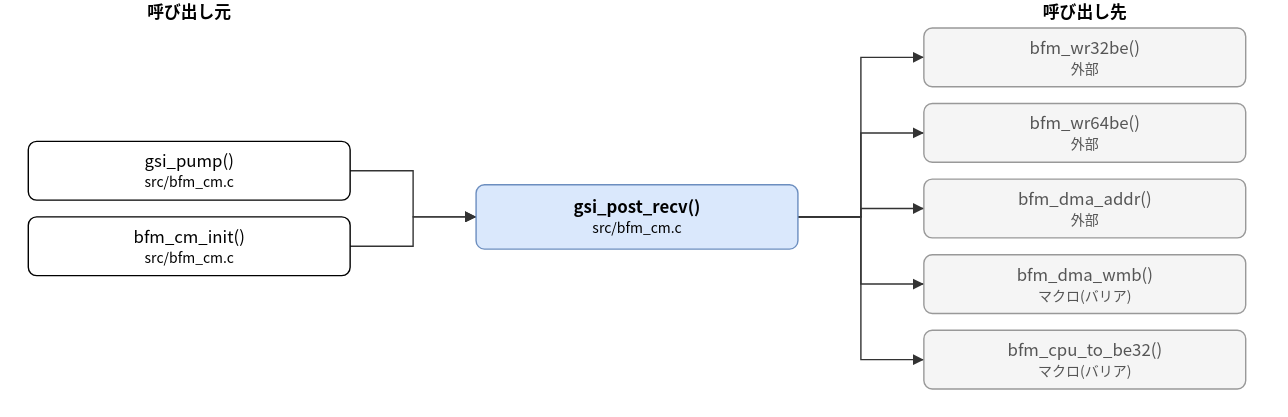
Earlier version of the draw.io export doc/spec/images/call_src_bfm_cm-gsi_post_recv.drawio.svg (hf355051012-ai/bfmem). Source tidied: cells renumbered, new cells last; positions are measured from the earlier drawing's top-left corner, leaving out a move shared by most shapes.
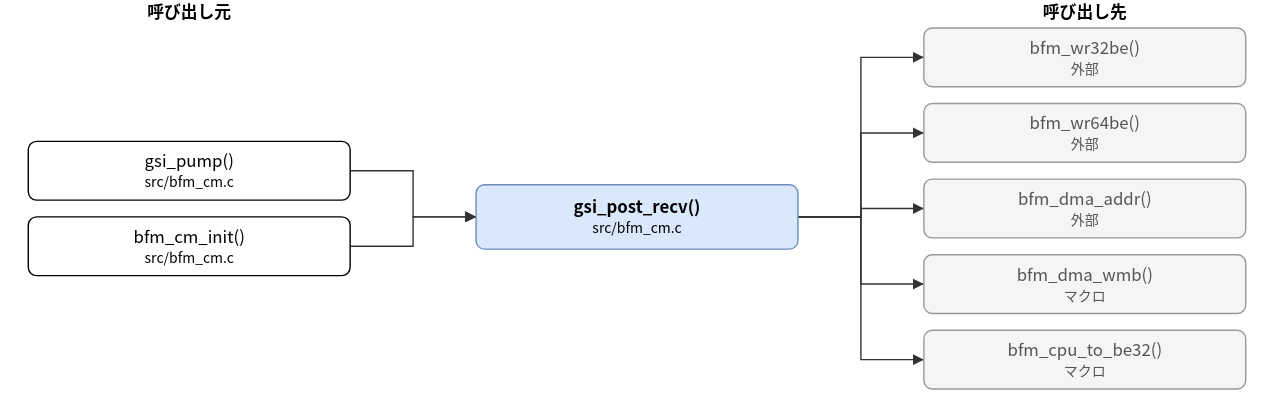
After the commit.

Diff of the diagram source:
```diff
@@ -20,10 +20,10 @@
     <mxCell id="7" value="bfm_dma_addr()&lt;br&gt;&lt;font style=&quot;font-size:10px&quot;&gt;外部&lt;/font&gt;" style="rounded=1;whiteSpace=wrap;html=1;fillColor=#f5f5f5;strokeColor=#999999;fontColor=#555555;" parent="1" vertex="1">
       <mxGeometry x="640" y="128" width="230" height="42" as="geometry" />
     </mxCell>
-    <mxCell id="8" value="bfm_dma_wmb()&lt;br&gt;&lt;font style=&quot;font-size:10px&quot;&gt;マクロ(バリア)&lt;/font&gt;" style="rounded=1;whiteSpace=wrap;html=1;fillColor=#f5f5f5;strokeColor=#999999;fontColor=#555555;" parent="1" vertex="1">
+    <mxCell id="8" value="bfm_dma_wmb()&lt;br&gt;&lt;font style=&quot;font-size:10px&quot;&gt;マクロ&lt;/font&gt;" style="rounded=1;whiteSpace=wrap;html=1;fillColor=#f5f5f5;strokeColor=#999999;fontColor=#555555;" parent="1" vertex="1">
       <mxGeometry x="640" y="182" width="230" height="42" as="geometry" />
     </mxCell>
-    <mxCell id="9" value="bfm_cpu_to_be32()&lt;br&gt;&lt;font style=&quot;font-size:10px&quot;&gt;マクロ(バリア)&lt;/font&gt;" style="rounded=1;whiteSpace=wrap;html=1;fillColor=#f5f5f5;strokeColor=#999999;fontColor=#555555;" parent="1" vertex="1">
+    <mxCell id="9" value="bfm_cpu_to_be32()&lt;br&gt;&lt;font style=&quot;font-size:10px&quot;&gt;マクロ&lt;/font&gt;" style="rounded=1;whiteSpace=wrap;html=1;fillColor=#f5f5f5;strokeColor=#999999;fontColor=#555555;" parent="1" vertex="1">
       <mxGeometry x="640" y="236" width="230" height="42" as="geometry" />
     </mxCell>
     <mxCell id="10" style="edgeStyle=none;html=1;rounded=0;endArrow=block;endFill=1;exitX=1.0000;exitY=0.5000;exitDx=0;exitDy=0;exitPerimeter=0;entryX=0.0000;entryY=0.5000;entryDx=0;entryDy=0;entryPerimeter=0;" parent="1" edge="1" source="3" target="2">
```
